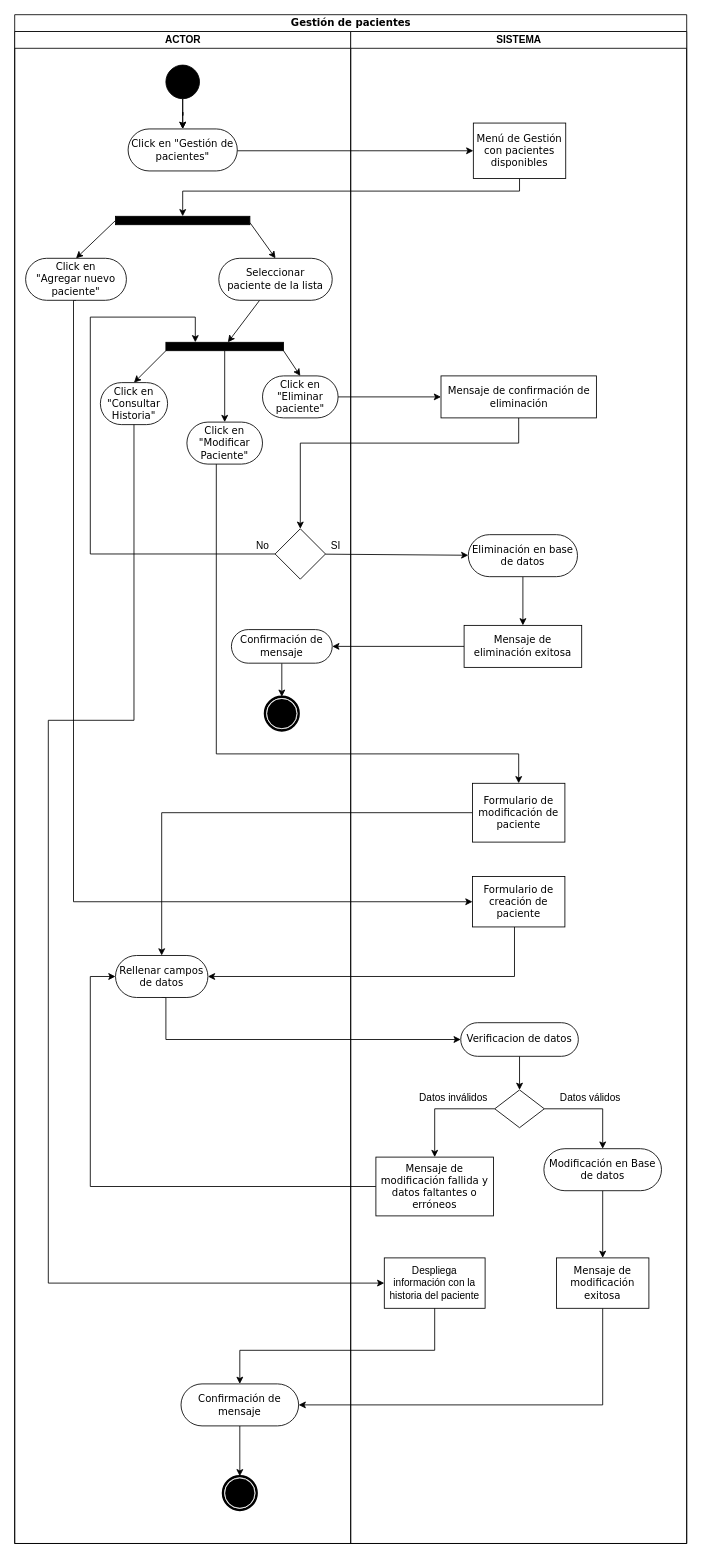
This is MET/Gestion de pacientes.drawio from NeutronBlast/IS-Ex, a draw.io file, before an edit. Source tidied: cells renumbered, new cells numbered last; positions are measured from the earlier drawing's top-left corner, leaving out a move shared by most shapes. Both pictures are drawn from the tidied source at 84%, with x=0, y=0 at pixel (14, 14).
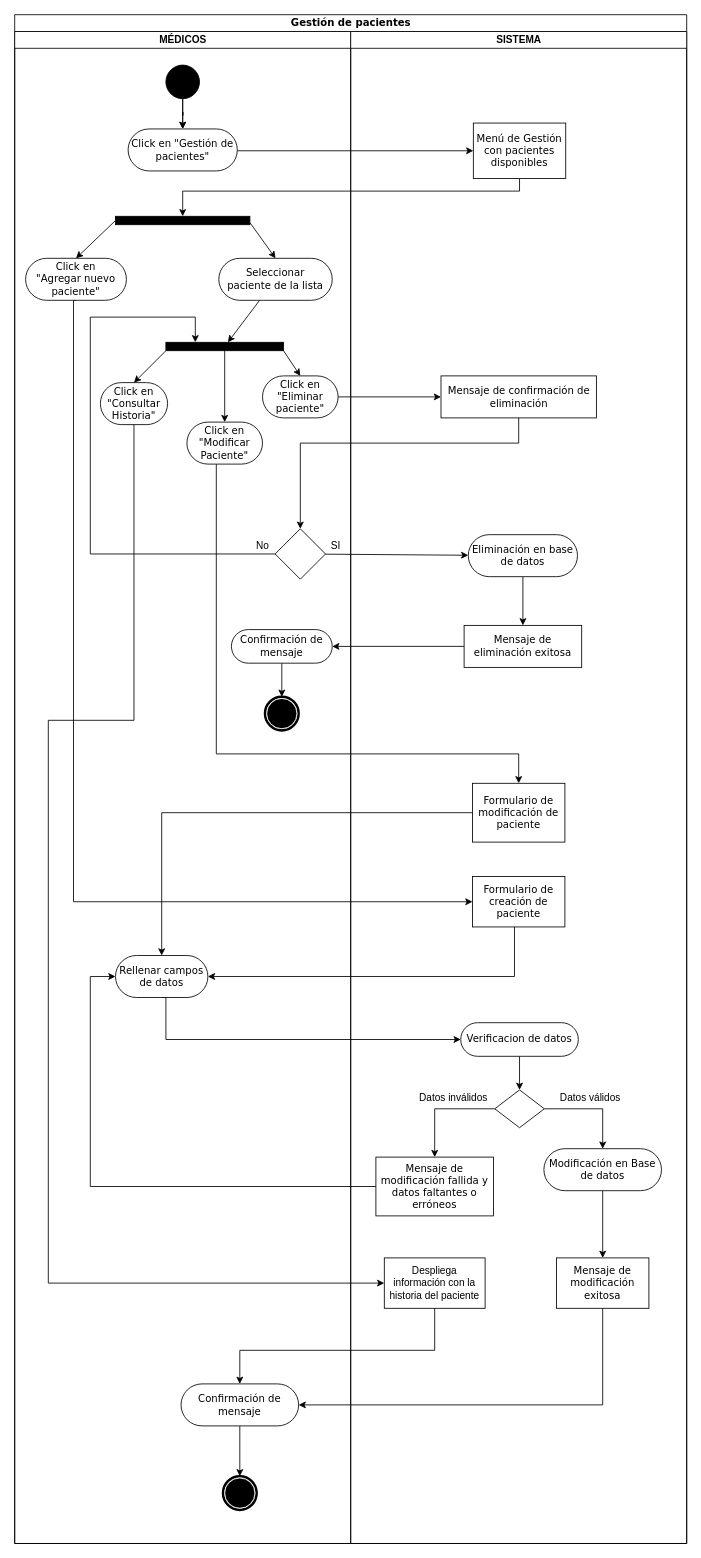
Above is the later version.

The change refers to these unchanged cells:
```xml
<mxCell id="2" value="Gestión de pacientes" style="swimlane;html=1;startSize=20;rounded=0;shadow=0;comic=0;labelBackgroundColor=none;strokeWidth=1;fontFamily=Verdana;fontSize=12;align=center;" parent="1" vertex="1">
  <mxGeometry width="800" height="1820" as="geometry" />
</mxCell>
```

Change to the diagram source:
```diff
@@
-    <mxCell id="16" value="ACTOR" style="swimlane;html=1;startSize=20;" parent="2" vertex="1">
+    <mxCell id="16" value="MÉDICOS" style="swimlane;html=1;startSize=20;" parent="2" vertex="1">
       <mxGeometry y="20" width="400" height="1800" as="geometry" />
     </mxCell>
```
